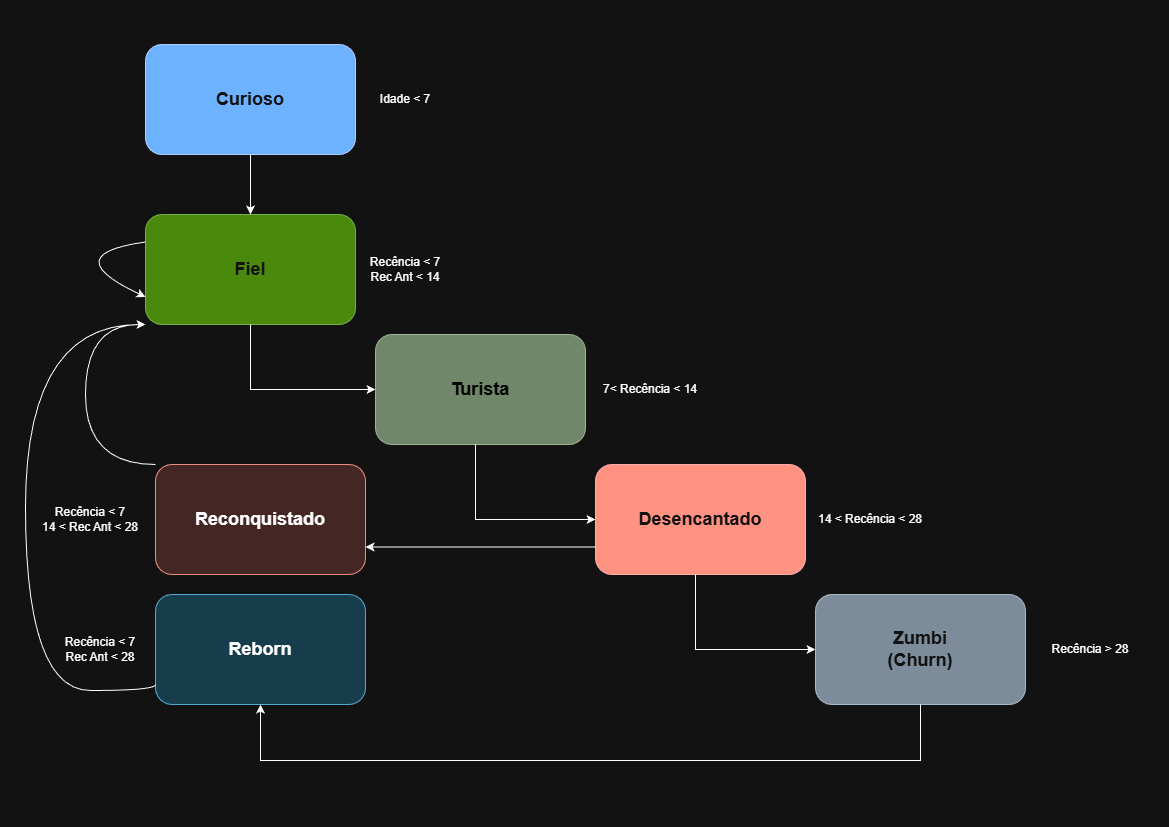
This is img/life_cycle.png from DSDavidGon/loyalty-predict, a draw.io export, as it was before one commit. Source tidied: cells renumbered, new cells last; positions are measured from the earlier drawing's top-left corner, leaving out a move shared by most shapes.
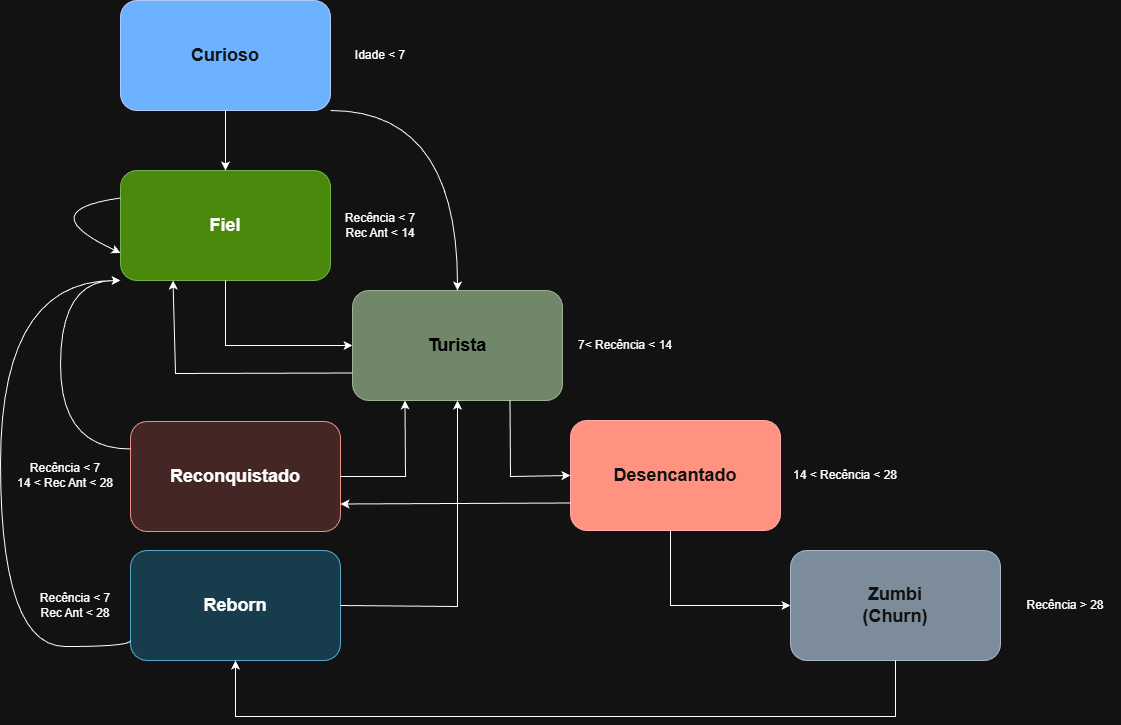
Later version of the same file.

The edit, as a diff of the source:
```diff
@@ -6,7 +6,7 @@
       <mxGeometry x="120" width="210" height="110" as="geometry" />
     </mxCell>
     <mxCell id="3" value="&lt;font style=&quot;color: light-dark(rgb(0, 0, 0), rgb(0, 0, 0));&quot;&gt;Turista&lt;/font&gt;" style="rounded=1;whiteSpace=wrap;html=1;fillColor=#6d8764;strokeColor=#3A5431;fontColor=#ffffff;fontSize=18;fontStyle=1;" parent="1" vertex="1">
-      <mxGeometry x="350" y="290" width="210" height="110" as="geometry" />
+      <mxGeometry x="352" y="290" width="210" height="110" as="geometry" />
     </mxCell>
     <mxCell id="4" value="Desencantado" style="rounded=1;whiteSpace=wrap;html=1;fillColor=#e51400;strokeColor=#B20000;fontColor=#ffffff;fontSize=18;fontStyle=1;" parent="1" vertex="1">
       <mxGeometry x="570" y="420" width="210" height="110" as="geometry" />
@@ -14,11 +14,11 @@
     <mxCell id="5" value="Zumbi&lt;div&gt;(Churn)&lt;/div&gt;" style="rounded=1;whiteSpace=wrap;html=1;fillColor=#647687;fontColor=#ffffff;strokeColor=#314354;fontSize=18;fontStyle=1;" parent="1" vertex="1">
       <mxGeometry x="790" y="550" width="210" height="110" as="geometry" />
     </mxCell>
-    <mxCell id="6" value="Fiel" style="rounded=1;whiteSpace=wrap;html=1;fillColor=#60a917;fontColor=#ffffff;strokeColor=#2D7600;fontSize=18;fontStyle=1;" parent="1" vertex="1">
+    <mxCell id="6" value="Fiel" style="rounded=1;whiteSpace=wrap;html=1;fillColor=#60a917;fontColor=light-dark(#FFFFFF,#FFFFFF);strokeColor=#2D7600;fontSize=18;fontStyle=1;" parent="1" vertex="1">
       <mxGeometry x="120" y="170" width="210" height="110" as="geometry" />
     </mxCell>
     <mxCell id="7" value="Reconquistado" style="rounded=1;whiteSpace=wrap;html=1;fillColor=#fad9d5;strokeColor=#ae4132;fontSize=18;fontStyle=1;" parent="1" vertex="1">
-      <mxGeometry x="130" y="420" width="210" height="110" as="geometry" />
+      <mxGeometry x="130" y="421" width="210" height="110" as="geometry" />
     </mxCell>
     <mxCell id="8" value="Reborn" style="rounded=1;whiteSpace=wrap;html=1;fillColor=#b1ddf0;strokeColor=#10739e;fontSize=18;fontStyle=1;" parent="1" vertex="1">
       <mxGeometry x="130" y="550" width="210" height="110" as="geometry" />
@@ -61,11 +61,10 @@
         </Array>
       </mxGeometry>
     </mxCell>
-    <mxCell id="19" style="endArrow=classic;html=1;rounded=0;entryX=0;entryY=0.5;entryDx=0;entryDy=0;exitX=0.5;exitY=1;exitDx=0;exitDy=0;" parent="1" edge="1" target="4">
+    <mxCell id="19" style="endArrow=classic;html=1;rounded=0;entryX=0;entryY=0.5;entryDx=0;entryDy=0;exitX=0.75;exitY=1;exitDx=0;exitDy=0;" parent="1" edge="1" source="3" target="4">
       <mxGeometry relative="1" as="geometry">
-        <mxPoint x="450" y="400" as="sourcePoint" />
         <Array as="points">
-          <mxPoint x="450" y="475" />
+          <mxPoint x="510" y="476" />
         </Array>
       </mxGeometry>
     </mxCell>
@@ -96,10 +95,10 @@
         </Array>
       </mxGeometry>
     </mxCell>
-    <mxCell id="23" style="endArrow=classic;html=1;rounded=0;exitX=0;exitY=0;exitDx=0;exitDy=0;entryX=0;entryY=1;entryDx=0;entryDy=0;edgeStyle=orthogonalEdgeStyle;curved=1;" parent="1" edge="1" source="7" target="6">
+    <mxCell id="23" style="endArrow=classic;html=1;rounded=0;exitX=0;exitY=0.25;exitDx=0;exitDy=0;entryX=0;entryY=1;entryDx=0;entryDy=0;edgeStyle=orthogonalEdgeStyle;curved=1;" parent="1" edge="1" source="7" target="6">
       <mxGeometry relative="1" as="geometry">
         <Array as="points">
-          <mxPoint x="60" y="420" />
+          <mxPoint x="60" y="449" />
           <mxPoint x="60" y="280" />
         </Array>
       </mxGeometry>
@@ -107,5 +106,33 @@
     <mxCell id="24" style="endArrow=classic;html=1;rounded=0;entryX=1;entryY=0.75;entryDx=0;entryDy=0;exitX=0;exitY=0.75;exitDx=0;exitDy=0;" parent="1" edge="1" source="4" target="7">
       <mxGeometry relative="1" as="geometry" />
     </mxCell>
+    <mxCell id="25" style="endArrow=classic;html=1;rounded=0;exitX=1;exitY=0.5;exitDx=0;exitDy=0;entryX=0.25;entryY=1;entryDx=0;entryDy=0;" parent="1" edge="1" source="7" target="3">
+      <mxGeometry relative="1" as="geometry">
+        <Array as="points">
+          <mxPoint x="405" y="476" />
+        </Array>
+      </mxGeometry>
+    </mxCell>
+    <mxCell id="26" style="endArrow=classic;html=1;rounded=0;exitX=1;exitY=0.5;exitDx=0;exitDy=0;entryX=0.5;entryY=1;entryDx=0;entryDy=0;" parent="1" edge="1" source="8" target="3">
+      <mxGeometry relative="1" as="geometry">
+        <Array as="points">
+          <mxPoint x="457" y="606" />
+        </Array>
+      </mxGeometry>
+    </mxCell>
+    <mxCell id="27" style="endArrow=classic;html=1;rounded=0;exitX=0;exitY=0.75;exitDx=0;exitDy=0;entryX=0.25;entryY=1;entryDx=0;entryDy=0;" parent="1" edge="1" source="3" target="6">
+      <mxGeometry relative="1" as="geometry">
+        <Array as="points">
+          <mxPoint x="175" y="373" />
+        </Array>
+      </mxGeometry>
+    </mxCell>
+    <mxCell id="28" style="endArrow=classic;html=1;rounded=0;exitX=1;exitY=1;exitDx=0;exitDy=0;entryX=0.5;entryY=0;entryDx=0;entryDy=0;edgeStyle=orthogonalEdgeStyle;curved=1;" parent="1" edge="1" source="2" target="3">
+      <mxGeometry relative="1" as="geometry">
+        <Array as="points">
+          <mxPoint x="457" y="110" />
+        </Array>
+      </mxGeometry>
+    </mxCell>
   </root>
 </mxGraphModel>
```
